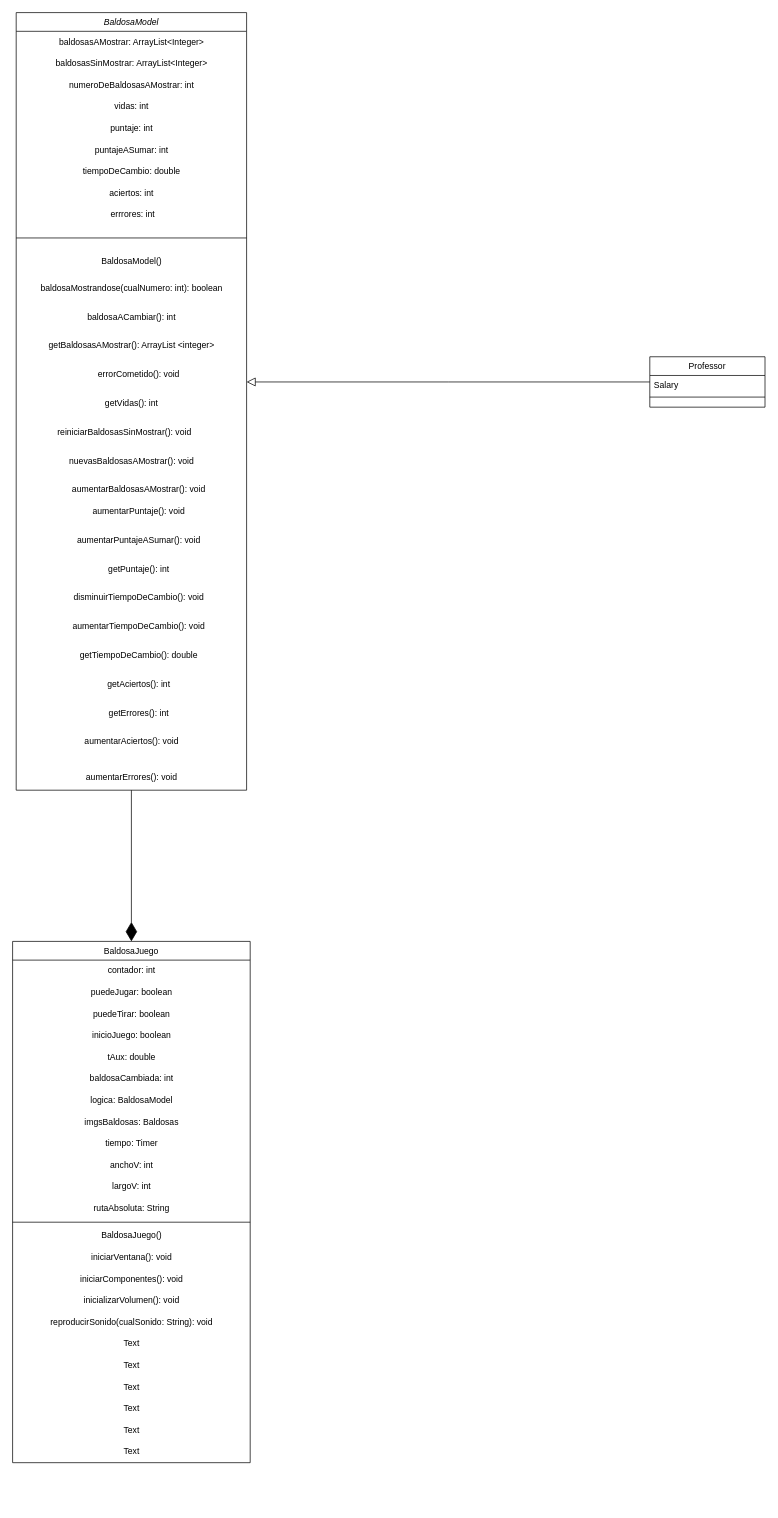
Earlier version of the draw.io diagram Diagrama sin título.drawio (Jdavxd/fpoePatrones). Source tidied: cells renumbered, new cells numbered last; positions are measured from the earlier drawing's top-left corner, leaving out a move shared by most shapes. Both pictures are drawn from the tidied source at 72%, with x=0, y=0 at pixel (12, 12).
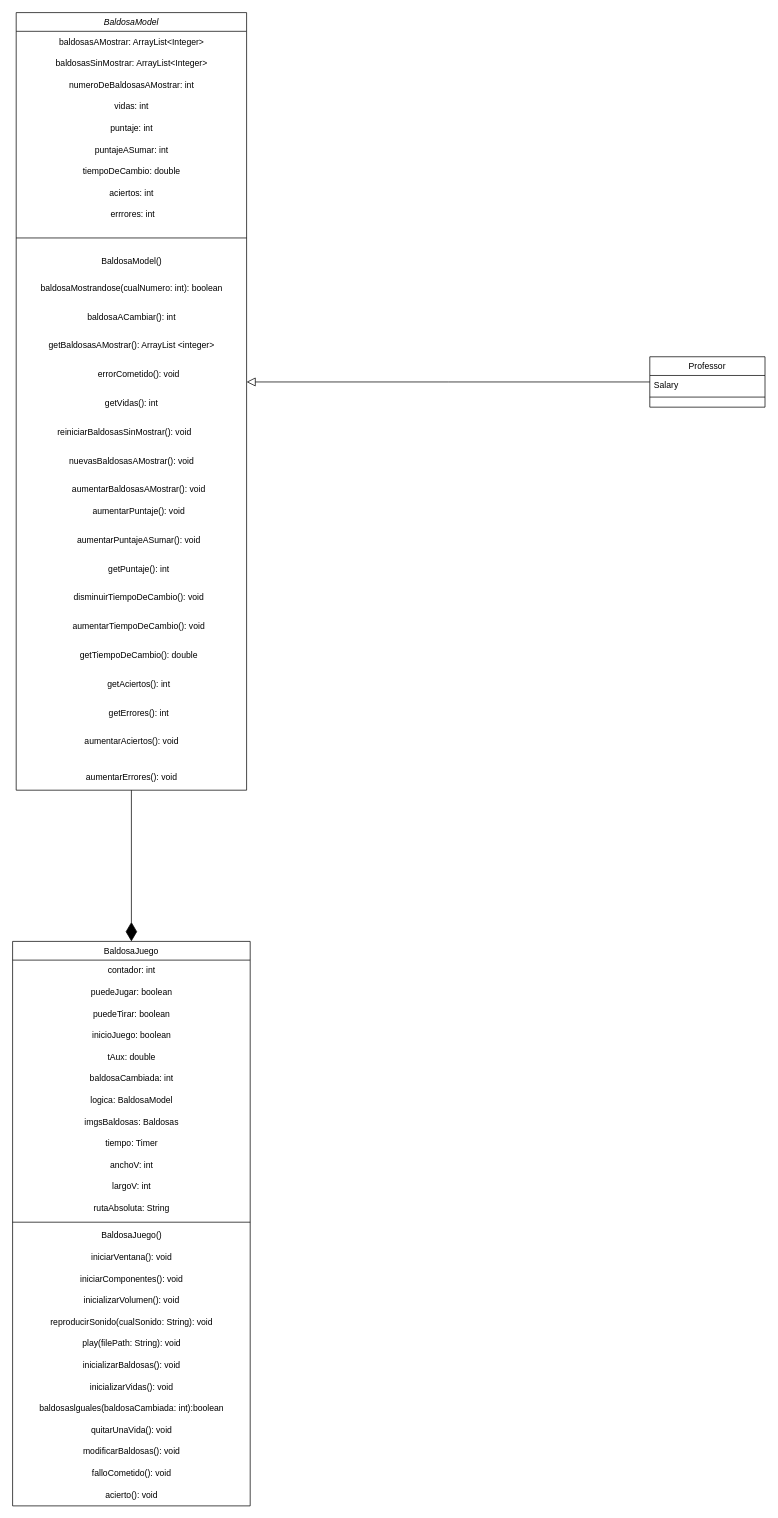
The same page after the edit.

What changed in the source:
```diff
@@
     <mxCell id="18" value="BaldosaJuego" style="swimlane;fontStyle=0;align=center;verticalAlign=top;horizontal=1;startSize=26;rounded=0;shadow=0;strokeWidth=1;" parent="1" vertex="1">
-      <mxGeometry y="1290" width="330" height="724" as="geometry" />
+      <mxGeometry y="1290" width="330" height="784" as="geometry" />
     </mxCell>
@@
-    <mxCell id="37" value="Text" style="text;html=1;align=center;verticalAlign=middle;strokeColor=none;fillColor=none;" parent="18" vertex="1">
+    <mxCell id="37" value="play(filePath: String): void" style="text;html=1;align=center;verticalAlign=middle;strokeColor=none;fillColor=none;" parent="18" vertex="1">
       <mxGeometry y="544" width="330" height="30" as="geometry" />
     </mxCell>
-    <mxCell id="38" value="Text" style="text;html=1;align=center;verticalAlign=middle;strokeColor=none;fillColor=none;" parent="18" vertex="1">
+    <mxCell id="38" value="inicializarBaldosas(): void" style="text;html=1;align=center;verticalAlign=middle;strokeColor=none;fillColor=none;" parent="18" vertex="1">
       <mxGeometry y="574" width="330" height="30" as="geometry" />
     </mxCell>
-    <mxCell id="39" value="Text" style="text;html=1;align=center;verticalAlign=middle;strokeColor=none;fillColor=none;" parent="18" vertex="1">
+    <mxCell id="39" value="inicializarVidas(): void" style="text;html=1;align=center;verticalAlign=middle;strokeColor=none;fillColor=none;" parent="18" vertex="1">
       <mxGeometry y="604" width="330" height="30" as="geometry" />
     </mxCell>
-    <mxCell id="40" value="Text" style="text;html=1;align=center;verticalAlign=middle;strokeColor=none;fillColor=none;" parent="18" vertex="1">
+    <mxCell id="40" value="baldosaslguales(baldosaCambiada: int):boolean" style="text;html=1;align=center;verticalAlign=middle;strokeColor=none;fillColor=none;" parent="18" vertex="1">
       <mxGeometry y="634" width="330" height="30" as="geometry" />
     </mxCell>
-    <mxCell id="41" value="Text" style="text;html=1;align=center;verticalAlign=middle;strokeColor=none;fillColor=none;" parent="18" vertex="1">
+    <mxCell id="41" value="quitarUnaVida(): void" style="text;html=1;align=center;verticalAlign=middle;strokeColor=none;fillColor=none;" parent="18" vertex="1">
       <mxGeometry y="664" width="330" height="30" as="geometry" />
     </mxCell>
-    <mxCell id="42" value="Text" style="text;html=1;align=center;verticalAlign=middle;strokeColor=none;fillColor=none;" parent="18" vertex="1">
+    <mxCell id="42" value="modificarBaldosas(): void" style="text;html=1;align=center;verticalAlign=middle;strokeColor=none;fillColor=none;" parent="18" vertex="1">
       <mxGeometry y="694" width="330" height="30" as="geometry" />
     </mxCell>
+    <mxCell id="62" value="falloCometido(): void" style="text;html=1;align=center;verticalAlign=middle;strokeColor=none;fillColor=none;" parent="18" vertex="1">
+      <mxGeometry y="724" width="330" height="30" as="geometry" />
+    </mxCell>
+    <mxCell id="63" value="acierto(): void" style="text;html=1;align=center;verticalAlign=middle;strokeColor=none;fillColor=none;" parent="18" vertex="1">
+      <mxGeometry y="754" width="330" height="30" as="geometry" />
+    </mxCell>
```
